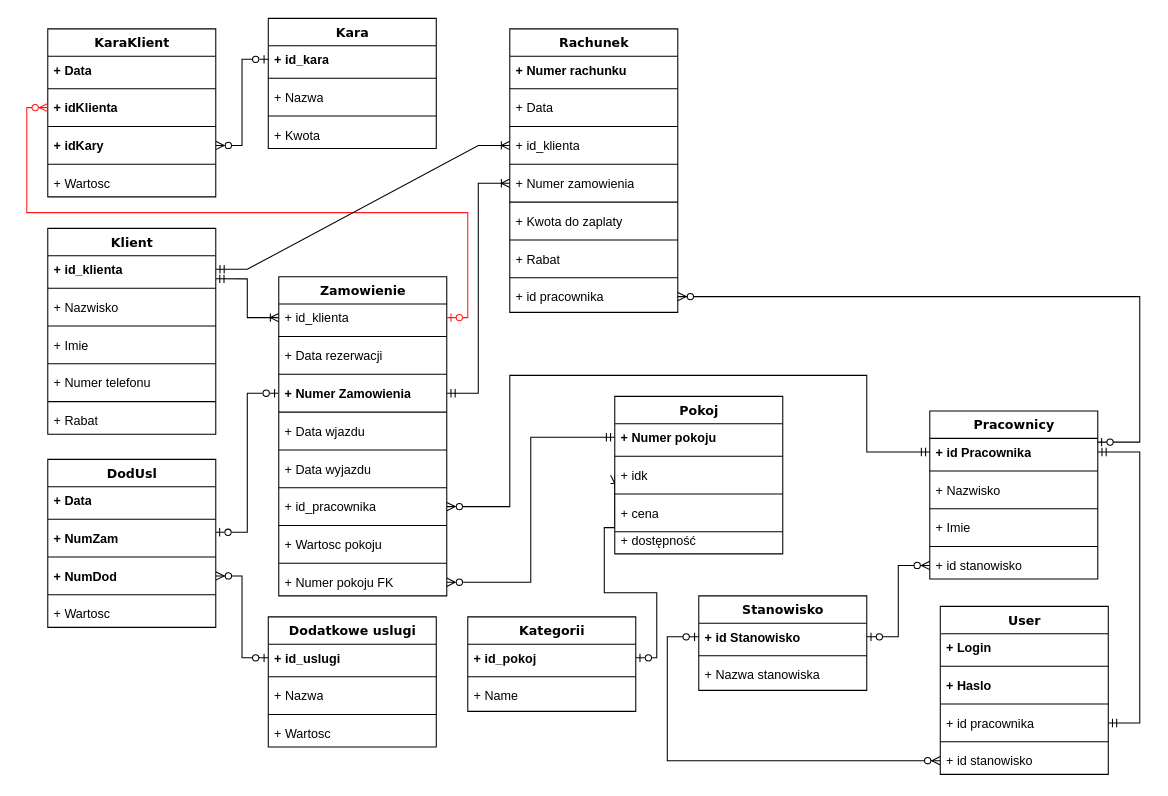
The draw.io diagram Hotel California.drawio in DemskyiDm/Horyzont, before the edit. Source tidied: cells renumbered, new cells numbered last; positions are measured from the earlier drawing's top-left corner, leaving out a move shared by most shapes. Both pictures are drawn from the tidied source at 105%, with x=0, y=0 at pixel (26, 18).
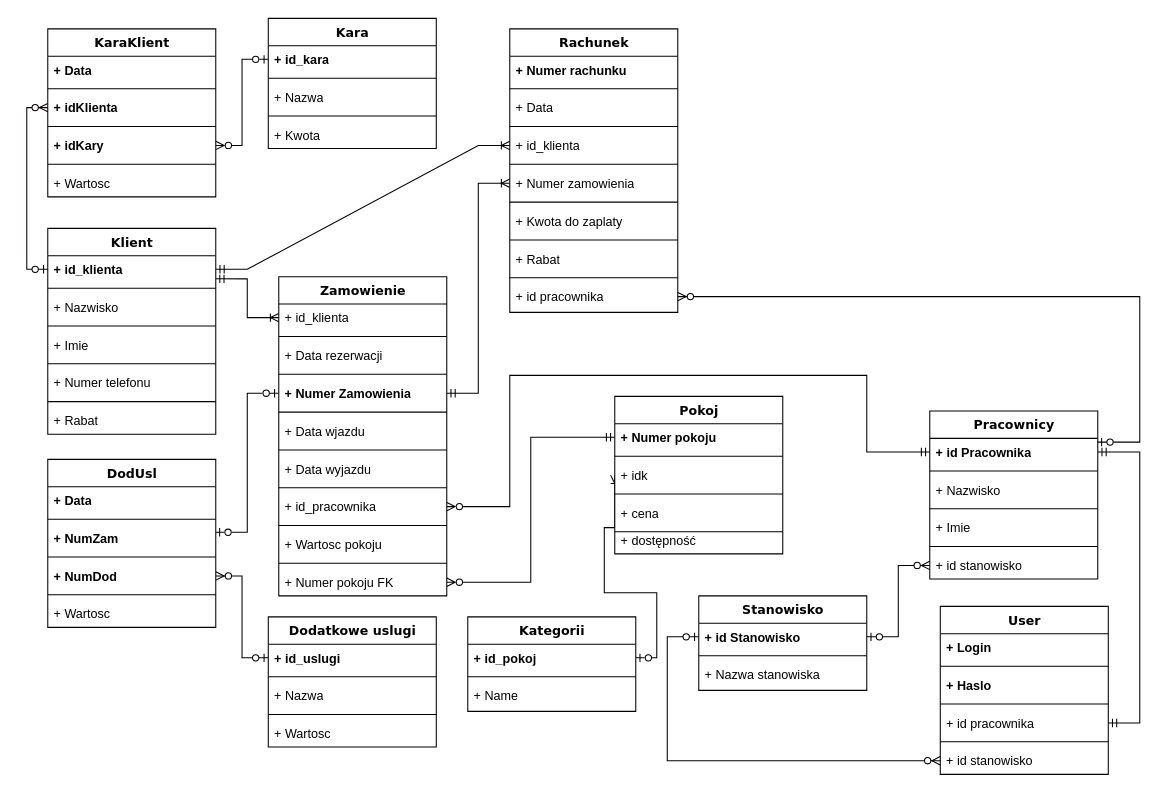
The same page after the edit.

Unchanged cells that the change refers to:
```xml
<mxCell id="16" value="&lt;b&gt;+ idKlienta&lt;/b&gt;" style="text;html=1;strokeColor=none;fillColor=none;align=left;verticalAlign=top;spacingLeft=4;spacingRight=4;whiteSpace=wrap;overflow=hidden;points=[[0,0.5],[1,0.5]];portConstraint=eastwest;" parent="13" vertex="1">
  <mxGeometry y="62" width="160" height="26" as="geometry" />
</mxCell>
<mxCell id="22" value="&lt;b&gt;+ id_klienta&lt;/b&gt;" style="text;html=1;strokeColor=none;fillColor=none;align=left;verticalAlign=top;spacingLeft=4;spacingRight=4;whiteSpace=wrap;overflow=hidden;points=[[0,0.5],[1,0.5]];portConstraint=eastwest;" parent="21" vertex="1">
  <mxGeometry y="26" width="160" height="26" as="geometry" />
</mxCell>
<mxCell id="46" value="+ id_klienta" style="text;html=1;strokeColor=none;fillColor=none;align=left;verticalAlign=top;spacingLeft=4;spacingRight=4;whiteSpace=wrap;overflow=hidden;points=[[0,0.5],[1,0.5]];portConstraint=eastwest;" parent="45" vertex="1">
  <mxGeometry y="26" width="160" height="26" as="geometry" />
</mxCell>
```

The edit, as a diff of the source:
```diff
@@
-    <mxCell id="61" style="fontSize=12;html=1;endArrow=ERzeroToMany;startArrow=ERzeroToOne;exitX=1;exitY=0.5;exitDx=0;exitDy=0;entryX=0;entryY=0.5;entryDx=0;entryDy=0;rounded=0;edgeStyle=orthogonalEdgeStyle;strokeColor=#FF1C14;" parent="1" edge="1" source="46" target="16">
+    <mxCell id="61" style="fontSize=12;html=1;endArrow=ERzeroToMany;startArrow=ERzeroToOne;exitX=0;exitY=0.5;exitDx=0;exitDy=0;entryX=0;entryY=0.5;entryDx=0;entryDy=0;rounded=0;edgeStyle=orthogonalEdgeStyle;strokeColor=#080101;" parent="1" edge="1" source="22" target="16">
       <mxGeometry relative="1" as="geometry">
         <Array as="points">
-          <mxPoint x="420" y="285" />
-          <mxPoint x="420" y="185" />
-          <mxPoint y="185" />
+          <mxPoint y="239" />
           <mxPoint y="85" />
         </Array>
       </mxGeometry>
     </mxCell>
```
